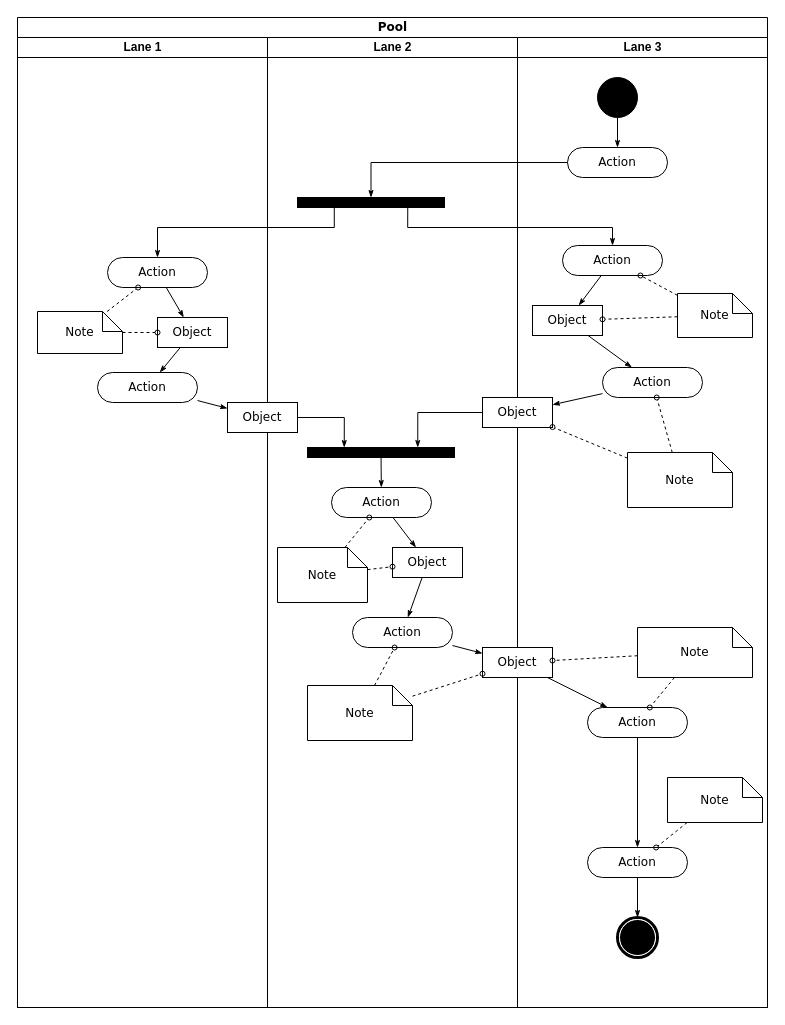
little-thing/architecture-design keeps this draw.io diagram as drawio/react.drawio. Above is the earlier version. Source tidied: cells renumbered, new cells numbered last; positions are measured from the earlier drawing's top-left corner, leaving out a move shared by most shapes. Both pictures are drawn from the tidied source at 100%, with x=0, y=0 at pixel (17, 17).
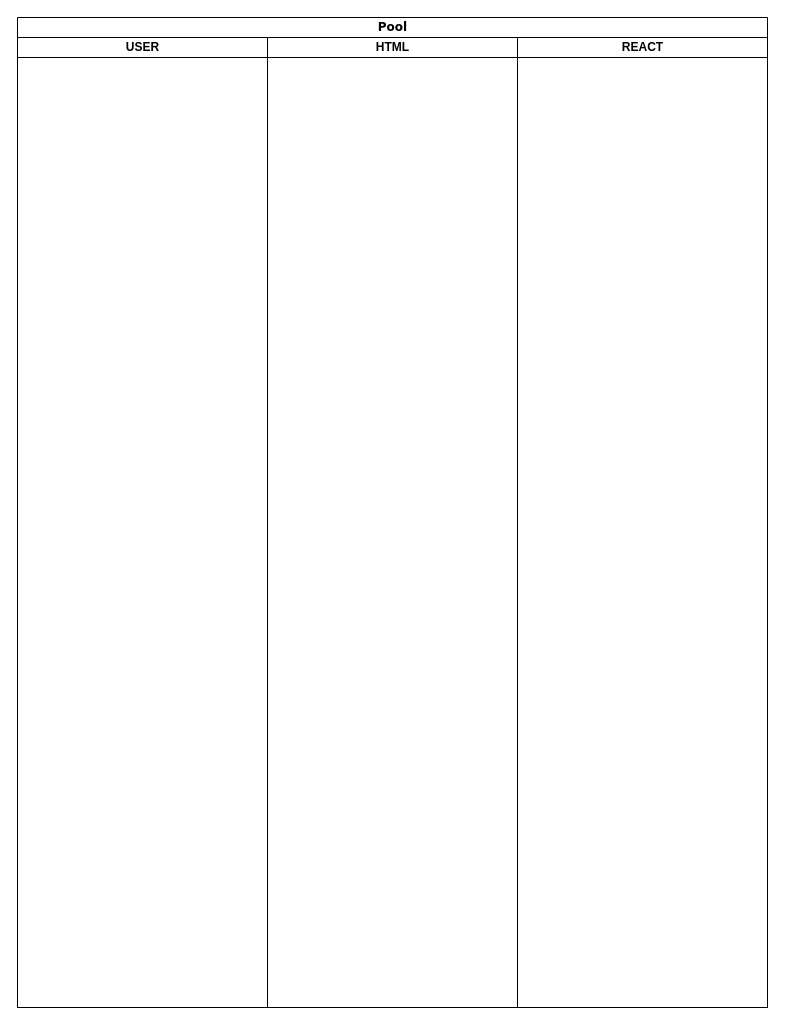
Above is the later version.

The change refers to these unchanged cells:
```xml
<mxCell id="2" value="Pool" style="swimlane;html=1;startSize=20;rounded=0;shadow=0;comic=0;labelBackgroundColor=none;strokeWidth=1;fontFamily=Verdana;fontSize=12;align=center;" parent="1" vertex="1">
  <mxGeometry width="750" height="990" as="geometry" />
</mxCell>
```

Diff of the diagram source:
```diff
@@
-    <mxCell id="3" value="Lane 1" style="swimlane;html=1;startSize=20;" parent="2" vertex="1">
+    <mxCell id="3" value="USER" style="swimlane;html=1;startSize=20;" parent="2" vertex="1">
       <mxGeometry y="20" width="250" height="970" as="geometry" />
     </mxCell>
-    <mxCell id="4" style="edgeStyle=none;rounded=0;html=1;labelBackgroundColor=none;startArrow=none;startFill=0;startSize=5;endArrow=classicThin;endFill=1;endSize=5;jettySize=auto;strokeWidth=1;fontFamily=Verdana;fontSize=12;" parent="3" edge="1" source="5" target="8">
-      <mxGeometry relative="1" as="geometry" />
-    </mxCell>
-    <mxCell id="5" value="Action" style="rounded=1;whiteSpace=wrap;html=1;shadow=0;comic=0;labelBackgroundColor=none;strokeWidth=1;fontFamily=Verdana;fontSize=12;align=center;arcSize=50;" parent="3" vertex="1">
-      <mxGeometry x="90" y="220" width="100" height="30" as="geometry" />
-    </mxCell>
-    <mxCell id="6" value="Action" style="rounded=1;whiteSpace=wrap;html=1;shadow=0;comic=0;labelBackgroundColor=none;strokeWidth=1;fontFamily=Verdana;fontSize=12;align=center;arcSize=50;" parent="3" vertex="1">
-      <mxGeometry x="80" y="335" width="100" height="30" as="geometry" />
-    </mxCell>
-    <mxCell id="7" style="edgeStyle=none;rounded=0;html=1;labelBackgroundColor=none;startArrow=none;startFill=0;startSize=5;endArrow=classicThin;endFill=1;endSize=5;jettySize=auto;strokeWidth=1;fontFamily=Verdana;fontSize=12;" parent="3" edge="1" source="8" target="6">
-      <mxGeometry relative="1" as="geometry" />
-    </mxCell>
-    <mxCell id="8" value="Object" style="rounded=0;whiteSpace=wrap;html=1;shadow=0;comic=0;labelBackgroundColor=none;strokeWidth=1;fontFamily=Verdana;fontSize=12;align=center;arcSize=50;" parent="3" vertex="1">
-      <mxGeometry x="140" y="280" width="70" height="30" as="geometry" />
-    </mxCell>
-    <mxCell id="9" style="edgeStyle=none;rounded=0;html=1;labelBackgroundColor=none;startArrow=none;startFill=0;startSize=5;endArrow=oval;endFill=0;endSize=5;jettySize=auto;strokeWidth=1;fontFamily=Verdana;fontSize=12;dashed=1;" parent="3" edge="1" source="11" target="5">
-      <mxGeometry relative="1" as="geometry" />
-    </mxCell>
-    <mxCell id="10" style="edgeStyle=none;rounded=0;html=1;dashed=1;labelBackgroundColor=none;startArrow=none;startFill=0;startSize=5;endArrow=oval;endFill=0;endSize=5;jettySize=auto;strokeWidth=1;fontFamily=Verdana;fontSize=12;" parent="3" edge="1" source="11" target="8">
-      <mxGeometry relative="1" as="geometry" />
-    </mxCell>
-    <mxCell id="11" value="Note" style="shape=note;whiteSpace=wrap;html=1;rounded=0;shadow=0;comic=0;labelBackgroundColor=none;strokeWidth=1;fontFamily=Verdana;fontSize=12;align=center;size=20;" parent="3" vertex="1">
-      <mxGeometry x="20" y="274" width="85" height="42" as="geometry" />
-    </mxCell>
-    <mxCell id="12" value="Lane 2" style="swimlane;html=1;startSize=20;" parent="2" vertex="1">
+    <mxCell id="12" value="HTML" style="swimlane;html=1;startSize=20;" parent="2" vertex="1">
       <mxGeometry x="250" y="20" width="250" height="970" as="geometry" />
     </mxCell>
-    <mxCell id="13" style="whiteSpace=wrap;html=1;rounded=0;shadow=0;comic=0;labelBackgroundColor=none;strokeWidth=1;fillColor=#000000;fontFamily=Verdana;fontSize=12;align=center;rotation=0;" parent="12" vertex="1">
-      <mxGeometry x="30" y="160" width="147" height="10" as="geometry" />
-    </mxCell>
-    <mxCell id="14" style="edgeStyle=none;rounded=0;html=1;labelBackgroundColor=none;startArrow=none;startFill=0;startSize=5;endArrow=classicThin;endFill=1;endSize=5;jettySize=auto;strokeWidth=1;fontFamily=Verdana;fontSize=12;" parent="12" edge="1" source="15" target="21">
-      <mxGeometry relative="1" as="geometry" />
-    </mxCell>
-    <mxCell id="15" value="Action" style="rounded=1;whiteSpace=wrap;html=1;shadow=0;comic=0;labelBackgroundColor=none;strokeWidth=1;fontFamily=Verdana;fontSize=12;align=center;arcSize=50;" parent="12" vertex="1">
-      <mxGeometry x="64" y="450" width="100" height="30" as="geometry" />
-    </mxCell>
-    <mxCell id="16" style="edgeStyle=none;rounded=0;html=1;labelBackgroundColor=none;startArrow=none;startFill=0;startSize=5;endArrow=classicThin;endFill=1;endSize=5;jettySize=auto;strokeWidth=1;fontFamily=Verdana;fontSize=12;" parent="12" edge="1" source="17" target="15">
-      <mxGeometry relative="1" as="geometry" />
-    </mxCell>
-    <mxCell id="17" style="whiteSpace=wrap;html=1;rounded=0;shadow=0;comic=0;labelBackgroundColor=none;strokeWidth=1;fillColor=#000000;fontFamily=Verdana;fontSize=12;align=center;rotation=0;" parent="12" vertex="1">
-      <mxGeometry x="40" y="410" width="147" height="10" as="geometry" />
-    </mxCell>
-    <mxCell id="18" style="edgeStyle=orthogonalEdgeStyle;rounded=0;html=1;entryX=0.25;entryY=0;labelBackgroundColor=none;startArrow=none;startFill=0;startSize=5;endArrow=classicThin;endFill=1;endSize=5;jettySize=auto;strokeWidth=1;fontFamily=Verdana;fontSize=12;" parent="12" edge="1" source="19" target="17">
-      <mxGeometry relative="1" as="geometry" />
-    </mxCell>
-    <mxCell id="19" value="Object" style="rounded=0;whiteSpace=wrap;html=1;shadow=0;comic=0;labelBackgroundColor=none;strokeWidth=1;fontFamily=Verdana;fontSize=12;align=center;arcSize=50;" parent="12" vertex="1">
-      <mxGeometry x="-40" y="365" width="70" height="30" as="geometry" />
-    </mxCell>
-    <mxCell id="20" style="edgeStyle=none;rounded=0;html=1;labelBackgroundColor=none;startArrow=none;startFill=0;startSize=5;endArrow=classicThin;endFill=1;endSize=5;jettySize=auto;strokeWidth=1;fontFamily=Verdana;fontSize=12;" parent="12" edge="1" source="21" target="22">
-      <mxGeometry relative="1" as="geometry" />
-    </mxCell>
-    <mxCell id="21" value="Object" style="rounded=0;whiteSpace=wrap;html=1;shadow=0;comic=0;labelBackgroundColor=none;strokeWidth=1;fontFamily=Verdana;fontSize=12;align=center;arcSize=50;" parent="12" vertex="1">
-      <mxGeometry x="125" y="510" width="70" height="30" as="geometry" />
-    </mxCell>
-    <mxCell id="22" value="Action" style="rounded=1;whiteSpace=wrap;html=1;shadow=0;comic=0;labelBackgroundColor=none;strokeWidth=1;fontFamily=Verdana;fontSize=12;align=center;arcSize=50;" parent="12" vertex="1">
-      <mxGeometry x="85" y="580" width="100" height="30" as="geometry" />
-    </mxCell>
-    <mxCell id="23" style="edgeStyle=none;rounded=0;html=1;dashed=1;labelBackgroundColor=none;startArrow=none;startFill=0;startSize=5;endArrow=oval;endFill=0;endSize=5;jettySize=auto;strokeWidth=1;fontFamily=Verdana;fontSize=12;" parent="12" edge="1" source="25" target="15">
-      <mxGeometry relative="1" as="geometry" />
-    </mxCell>
-    <mxCell id="24" style="edgeStyle=none;rounded=0;html=1;dashed=1;labelBackgroundColor=none;startArrow=none;startFill=0;startSize=5;endArrow=oval;endFill=0;endSize=5;jettySize=auto;strokeWidth=1;fontFamily=Verdana;fontSize=12;" parent="12" edge="1" source="25" target="21">
-      <mxGeometry relative="1" as="geometry" />
-    </mxCell>
-    <mxCell id="25" value="Note" style="shape=note;whiteSpace=wrap;html=1;rounded=0;shadow=0;comic=0;labelBackgroundColor=none;strokeWidth=1;fontFamily=Verdana;fontSize=12;align=center;size=20;" parent="12" vertex="1">
-      <mxGeometry x="10" y="510" width="90" height="55" as="geometry" />
-    </mxCell>
-    <mxCell id="26" style="edgeStyle=none;rounded=0;html=1;dashed=1;labelBackgroundColor=none;startArrow=none;startFill=0;startSize=5;endArrow=oval;endFill=0;endSize=5;jettySize=auto;strokeWidth=1;fontFamily=Verdana;fontSize=12;" parent="12" edge="1" source="27" target="22">
-      <mxGeometry relative="1" as="geometry" />
-    </mxCell>
-    <mxCell id="27" value="Note" style="shape=note;whiteSpace=wrap;html=1;rounded=0;shadow=0;comic=0;labelBackgroundColor=none;strokeWidth=1;fontFamily=Verdana;fontSize=12;align=center;size=20;" parent="12" vertex="1">
-      <mxGeometry x="40" y="648" width="105" height="55" as="geometry" />
-    </mxCell>
-    <mxCell id="28" value="Lane 3" style="swimlane;html=1;startSize=20;" parent="2" vertex="1">
+    <mxCell id="28" value="REACT" style="swimlane;html=1;startSize=20;" parent="2" vertex="1">
       <mxGeometry x="500" y="20" width="250" height="970" as="geometry" />
     </mxCell>
-    <mxCell id="29" style="edgeStyle=orthogonalEdgeStyle;rounded=0;html=1;labelBackgroundColor=none;startArrow=none;startFill=0;startSize=5;endArrow=classicThin;endFill=1;endSize=5;jettySize=auto;strokeWidth=1;fontFamily=Verdana;fontSize=12;" parent="28" edge="1" source="30" target="31">
-      <mxGeometry relative="1" as="geometry" />
-    </mxCell>
-    <mxCell id="30" style="ellipse;whiteSpace=wrap;html=1;rounded=0;shadow=0;comic=0;labelBackgroundColor=none;strokeWidth=1;fillColor=#000000;fontFamily=Verdana;fontSize=12;align=center;" parent="28" vertex="1">
-      <mxGeometry x="80" y="40" width="40" height="40" as="geometry" />
-    </mxCell>
-    <mxCell id="31" value="Action" style="rounded=1;whiteSpace=wrap;html=1;shadow=0;comic=0;labelBackgroundColor=none;strokeWidth=1;fontFamily=Verdana;fontSize=12;align=center;arcSize=50;" parent="28" vertex="1">
-      <mxGeometry x="50" y="110" width="100" height="30" as="geometry" />
-    </mxCell>
-    <mxCell id="32" style="rounded=0;html=1;labelBackgroundColor=none;startArrow=none;startFill=0;startSize=5;endArrow=classicThin;endFill=1;endSize=5;jettySize=auto;strokeWidth=1;fontFamily=Verdana;fontSize=12;" parent="28" edge="1" source="33" target="37">
-      <mxGeometry relative="1" as="geometry" />
-    </mxCell>
-    <mxCell id="33" value="Action" style="rounded=1;whiteSpace=wrap;html=1;shadow=0;comic=0;labelBackgroundColor=none;strokeWidth=1;fontFamily=Verdana;fontSize=12;align=center;arcSize=50;" parent="28" vertex="1">
-      <mxGeometry x="45" y="208" width="100" height="30" as="geometry" />
-    </mxCell>
-    <mxCell id="34" style="edgeStyle=none;rounded=0;html=1;labelBackgroundColor=none;startArrow=none;startFill=0;startSize=5;endArrow=classicThin;endFill=1;endSize=5;jettySize=auto;strokeWidth=1;fontFamily=Verdana;fontSize=12;" parent="28" edge="1" source="35" target="38">
-      <mxGeometry relative="1" as="geometry" />
-    </mxCell>
-    <mxCell id="35" value="Action" style="rounded=1;whiteSpace=wrap;html=1;shadow=0;comic=0;labelBackgroundColor=none;strokeWidth=1;fontFamily=Verdana;fontSize=12;align=center;arcSize=50;" parent="28" vertex="1">
-      <mxGeometry x="85" y="330" width="100" height="30" as="geometry" />
-    </mxCell>
-    <mxCell id="36" style="edgeStyle=none;rounded=0;html=1;labelBackgroundColor=none;startArrow=none;startFill=0;startSize=5;endArrow=classicThin;endFill=1;endSize=5;jettySize=auto;strokeWidth=1;fontFamily=Verdana;fontSize=12;" parent="28" edge="1" source="37" target="35">
-      <mxGeometry relative="1" as="geometry" />
-    </mxCell>
-    <mxCell id="37" value="Object" style="rounded=0;whiteSpace=wrap;html=1;shadow=0;comic=0;labelBackgroundColor=none;strokeWidth=1;fontFamily=Verdana;fontSize=12;align=center;arcSize=50;" parent="28" vertex="1">
-      <mxGeometry x="15" y="268" width="70" height="30" as="geometry" />
-    </mxCell>
-    <mxCell id="38" value="Object" style="rounded=0;whiteSpace=wrap;html=1;shadow=0;comic=0;labelBackgroundColor=none;strokeWidth=1;fontFamily=Verdana;fontSize=12;align=center;arcSize=50;" parent="28" vertex="1">
-      <mxGeometry x="-35" y="360" width="70" height="30" as="geometry" />
-    </mxCell>
-    <mxCell id="39" style="edgeStyle=none;rounded=0;html=1;labelBackgroundColor=none;startArrow=none;startFill=0;startSize=5;endArrow=classicThin;endFill=1;endSize=5;jettySize=auto;strokeWidth=1;fontFamily=Verdana;fontSize=12;" parent="28" edge="1" source="40" target="42">
-      <mxGeometry relative="1" as="geometry" />
-    </mxCell>
-    <mxCell id="40" value="Object" style="rounded=0;whiteSpace=wrap;html=1;shadow=0;comic=0;labelBackgroundColor=none;strokeWidth=1;fontFamily=Verdana;fontSize=12;align=center;arcSize=50;" parent="28" vertex="1">
-      <mxGeometry x="-35" y="610" width="70" height="30" as="geometry" />
-    </mxCell>
-    <mxCell id="41" style="edgeStyle=none;rounded=0;html=1;labelBackgroundColor=none;startArrow=none;startFill=0;startSize=5;endArrow=classicThin;endFill=1;endSize=5;jettySize=auto;strokeWidth=1;fontFamily=Verdana;fontSize=12;" parent="28" edge="1" source="42" target="44">
-      <mxGeometry relative="1" as="geometry" />
-    </mxCell>
-    <mxCell id="42" value="Action" style="rounded=1;whiteSpace=wrap;html=1;shadow=0;comic=0;labelBackgroundColor=none;strokeWidth=1;fontFamily=Verdana;fontSize=12;align=center;arcSize=50;" parent="28" vertex="1">
-      <mxGeometry x="70" y="670" width="100" height="30" as="geometry" />
-    </mxCell>
-    <mxCell id="43" style="edgeStyle=none;rounded=0;html=1;labelBackgroundColor=none;startArrow=none;startFill=0;startSize=5;endArrow=classicThin;endFill=1;endSize=5;jettySize=auto;strokeWidth=1;fontFamily=Verdana;fontSize=12;" parent="28" edge="1" source="44" target="45">
-      <mxGeometry relative="1" as="geometry" />
-    </mxCell>
-    <mxCell id="44" value="Action" style="rounded=1;whiteSpace=wrap;html=1;shadow=0;comic=0;labelBackgroundColor=none;strokeWidth=1;fontFamily=Verdana;fontSize=12;align=center;arcSize=50;" parent="28" vertex="1">
-      <mxGeometry x="70" y="810" width="100" height="30" as="geometry" />
-    </mxCell>
-    <mxCell id="45" style="shape=mxgraph.bpmn.shape;html=1;verticalLabelPosition=bottom;labelBackgroundColor=#ffffff;verticalAlign=top;perimeter=ellipsePerimeter;outline=end;symbol=terminate;rounded=0;shadow=0;comic=0;strokeWidth=1;fontFamily=Verdana;fontSize=12;align=center;" parent="28" vertex="1">
-      <mxGeometry x="100" y="880" width="40" height="40" as="geometry" />
-    </mxCell>
-    <mxCell id="46" style="edgeStyle=none;rounded=0;html=1;dashed=1;labelBackgroundColor=none;startArrow=none;startFill=0;startSize=5;endArrow=oval;endFill=0;endSize=5;jettySize=auto;strokeWidth=1;fontFamily=Verdana;fontSize=12;" parent="28" edge="1" source="48" target="33">
-      <mxGeometry relative="1" as="geometry" />
-    </mxCell>
-    <mxCell id="47" style="edgeStyle=none;rounded=0;html=1;dashed=1;labelBackgroundColor=none;startArrow=none;startFill=0;startSize=5;endArrow=oval;endFill=0;endSize=5;jettySize=auto;strokeWidth=1;fontFamily=Verdana;fontSize=12;" parent="28" edge="1" source="48" target="37">
-      <mxGeometry relative="1" as="geometry" />
-    </mxCell>
-    <mxCell id="48" value="Note" style="shape=note;whiteSpace=wrap;html=1;rounded=0;shadow=0;comic=0;labelBackgroundColor=none;strokeWidth=1;fontFamily=Verdana;fontSize=12;align=center;size=20;" parent="28" vertex="1">
-      <mxGeometry x="160" y="256" width="75" height="44" as="geometry" />
-    </mxCell>
-    <mxCell id="49" style="edgeStyle=none;rounded=0;html=1;dashed=1;labelBackgroundColor=none;startArrow=none;startFill=0;startSize=5;endArrow=oval;endFill=0;endSize=5;jettySize=auto;strokeWidth=1;fontFamily=Verdana;fontSize=12;" parent="28" edge="1" source="51" target="35">
-      <mxGeometry relative="1" as="geometry" />
-    </mxCell>
-    <mxCell id="50" style="edgeStyle=none;rounded=0;html=1;dashed=1;labelBackgroundColor=none;startArrow=none;startFill=0;startSize=5;endArrow=oval;endFill=0;endSize=5;jettySize=auto;strokeWidth=1;fontFamily=Verdana;fontSize=12;" parent="28" edge="1" source="51" target="38">
-      <mxGeometry relative="1" as="geometry" />
-    </mxCell>
-    <mxCell id="51" value="Note" style="shape=note;whiteSpace=wrap;html=1;rounded=0;shadow=0;comic=0;labelBackgroundColor=none;strokeWidth=1;fontFamily=Verdana;fontSize=12;align=center;size=20;" parent="28" vertex="1">
-      <mxGeometry x="110" y="415" width="105" height="55" as="geometry" />
-    </mxCell>
-    <mxCell id="52" style="edgeStyle=none;rounded=0;html=1;dashed=1;labelBackgroundColor=none;startArrow=none;startFill=0;startSize=5;endArrow=oval;endFill=0;endSize=5;jettySize=auto;strokeWidth=1;fontFamily=Verdana;fontSize=12;" parent="28" edge="1" source="54" target="42">
-      <mxGeometry relative="1" as="geometry" />
-    </mxCell>
-    <mxCell id="53" style="edgeStyle=none;rounded=0;html=1;dashed=1;labelBackgroundColor=none;startArrow=none;startFill=0;startSize=5;endArrow=oval;endFill=0;endSize=5;jettySize=auto;strokeWidth=1;fontFamily=Verdana;fontSize=12;" parent="28" edge="1" source="54" target="40">
-      <mxGeometry relative="1" as="geometry" />
-    </mxCell>
-    <mxCell id="54" value="Note" style="shape=note;whiteSpace=wrap;html=1;rounded=0;shadow=0;comic=0;labelBackgroundColor=none;strokeWidth=1;fontFamily=Verdana;fontSize=12;align=center;size=20;" parent="28" vertex="1">
-      <mxGeometry x="120" y="590" width="115" height="50" as="geometry" />
-    </mxCell>
-    <mxCell id="55" style="edgeStyle=none;rounded=0;html=1;dashed=1;labelBackgroundColor=none;startArrow=none;startFill=0;startSize=5;endArrow=oval;endFill=0;endSize=5;jettySize=auto;strokeWidth=1;fontFamily=Verdana;fontSize=12;" parent="28" edge="1" source="56" target="44">
-      <mxGeometry relative="1" as="geometry" />
-    </mxCell>
-    <mxCell id="56" value="Note" style="shape=note;whiteSpace=wrap;html=1;rounded=0;shadow=0;comic=0;labelBackgroundColor=none;strokeWidth=1;fontFamily=Verdana;fontSize=12;align=center;size=20;" parent="28" vertex="1">
-      <mxGeometry x="150" y="740" width="95" height="45" as="geometry" />
-    </mxCell>
-    <mxCell id="57" style="edgeStyle=orthogonalEdgeStyle;rounded=0;html=1;entryX=0.5;entryY=0;labelBackgroundColor=none;startArrow=none;startFill=0;startSize=5;endArrow=classicThin;endFill=1;endSize=5;jettySize=auto;strokeWidth=1;fontFamily=Verdana;fontSize=12;" parent="2" edge="1" source="31" target="13">
-      <mxGeometry relative="1" as="geometry">
-        <Array as="points">
-          <mxPoint x="354" y="145" />
-        </Array>
-      </mxGeometry>
-    </mxCell>
-    <mxCell id="58" style="edgeStyle=orthogonalEdgeStyle;rounded=0;html=1;exitX=0.75;exitY=1;labelBackgroundColor=none;startArrow=none;startFill=0;startSize=5;endArrow=classicThin;endFill=1;endSize=5;jettySize=auto;strokeWidth=1;fontFamily=Verdana;fontSize=12;" parent="2" edge="1" source="13" target="33">
-      <mxGeometry relative="1" as="geometry">
-        <Array as="points">
-          <mxPoint x="390" y="210" />
-          <mxPoint x="595" y="210" />
-        </Array>
-      </mxGeometry>
-    </mxCell>
-    <mxCell id="59" style="edgeStyle=orthogonalEdgeStyle;rounded=0;html=1;exitX=0.25;exitY=1;entryX=0.5;entryY=0;labelBackgroundColor=none;startArrow=none;startFill=0;startSize=5;endArrow=classicThin;endFill=1;endSize=5;jettySize=auto;strokeWidth=1;fontFamily=Verdana;fontSize=12;" parent="2" edge="1" source="13" target="5">
-      <mxGeometry relative="1" as="geometry">
-        <Array as="points">
-          <mxPoint x="317" y="210" />
-          <mxPoint x="140" y="210" />
-        </Array>
-      </mxGeometry>
-    </mxCell>
-    <mxCell id="60" style="edgeStyle=orthogonalEdgeStyle;rounded=0;html=1;entryX=0.75;entryY=0;labelBackgroundColor=none;startArrow=none;startFill=0;startSize=5;endArrow=classicThin;endFill=1;endSize=5;jettySize=auto;strokeWidth=1;fontFamily=Verdana;fontSize=12;" parent="2" edge="1" source="38" target="17">
-      <mxGeometry relative="1" as="geometry" />
-    </mxCell>
-    <mxCell id="61" style="edgeStyle=none;rounded=0;html=1;labelBackgroundColor=none;startArrow=none;startFill=0;startSize=5;endArrow=classicThin;endFill=1;endSize=5;jettySize=auto;strokeWidth=1;fontFamily=Verdana;fontSize=12;" parent="2" edge="1" source="6" target="19">
-      <mxGeometry relative="1" as="geometry" />
-    </mxCell>
-    <mxCell id="62" style="edgeStyle=none;rounded=0;html=1;labelBackgroundColor=none;startArrow=none;startFill=0;startSize=5;endArrow=classicThin;endFill=1;endSize=5;jettySize=auto;strokeWidth=1;fontFamily=Verdana;fontSize=12;" parent="2" edge="1" source="22" target="40">
-      <mxGeometry relative="1" as="geometry" />
-    </mxCell>
-    <mxCell id="63" style="edgeStyle=none;rounded=0;html=1;dashed=1;labelBackgroundColor=none;startArrow=none;startFill=0;startSize=5;endArrow=oval;endFill=0;endSize=5;jettySize=auto;strokeWidth=1;fontFamily=Verdana;fontSize=12;" parent="2" edge="1" source="27" target="40">
-      <mxGeometry relative="1" as="geometry" />
-    </mxCell>
```
